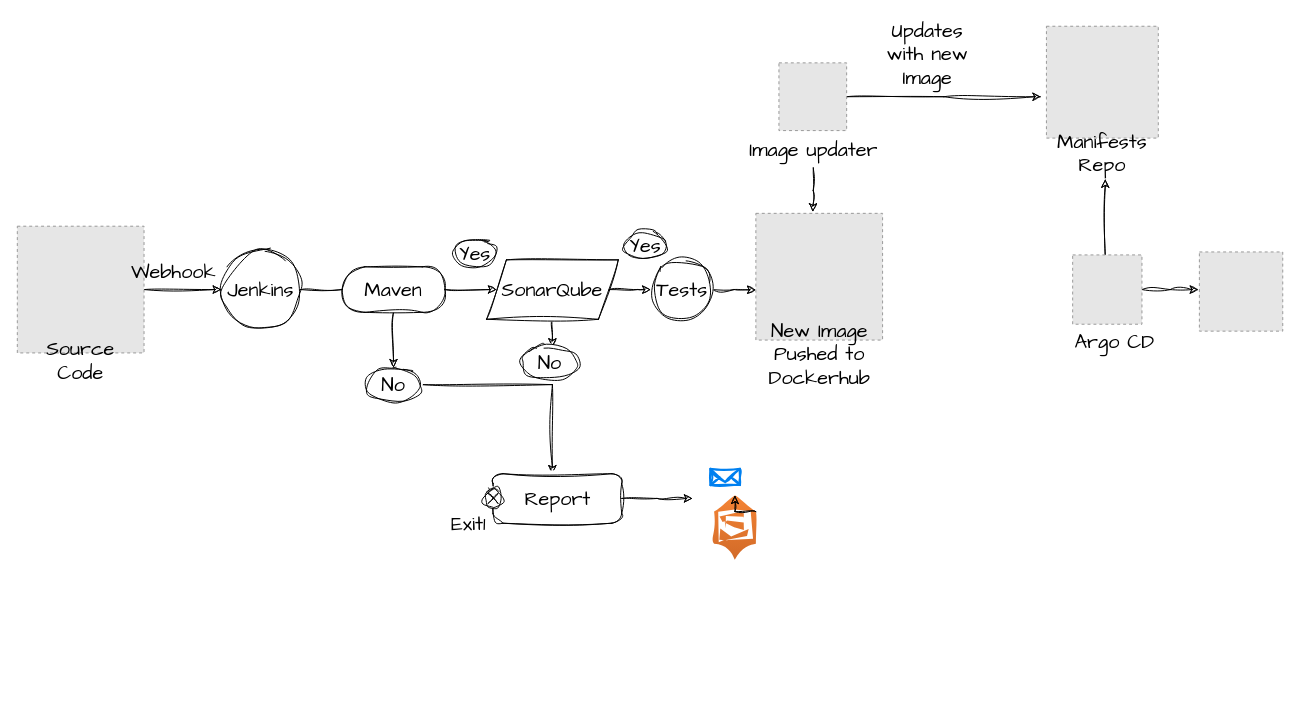
This is CICD_Jenkins_Argo.drawio from worshipme55/draw.io, a draw.io file, before an edit. Source tidied: cells renumbered, new cells numbered last; positions are measured from the earlier drawing's top-left corner, leaving out a move shared by most shapes. Both pictures are drawn from the tidied source at 99%, with x=0, y=0 at pixel (17, 26). Pictures stored in the file or linked from it are replaced by grey dashed boxes.
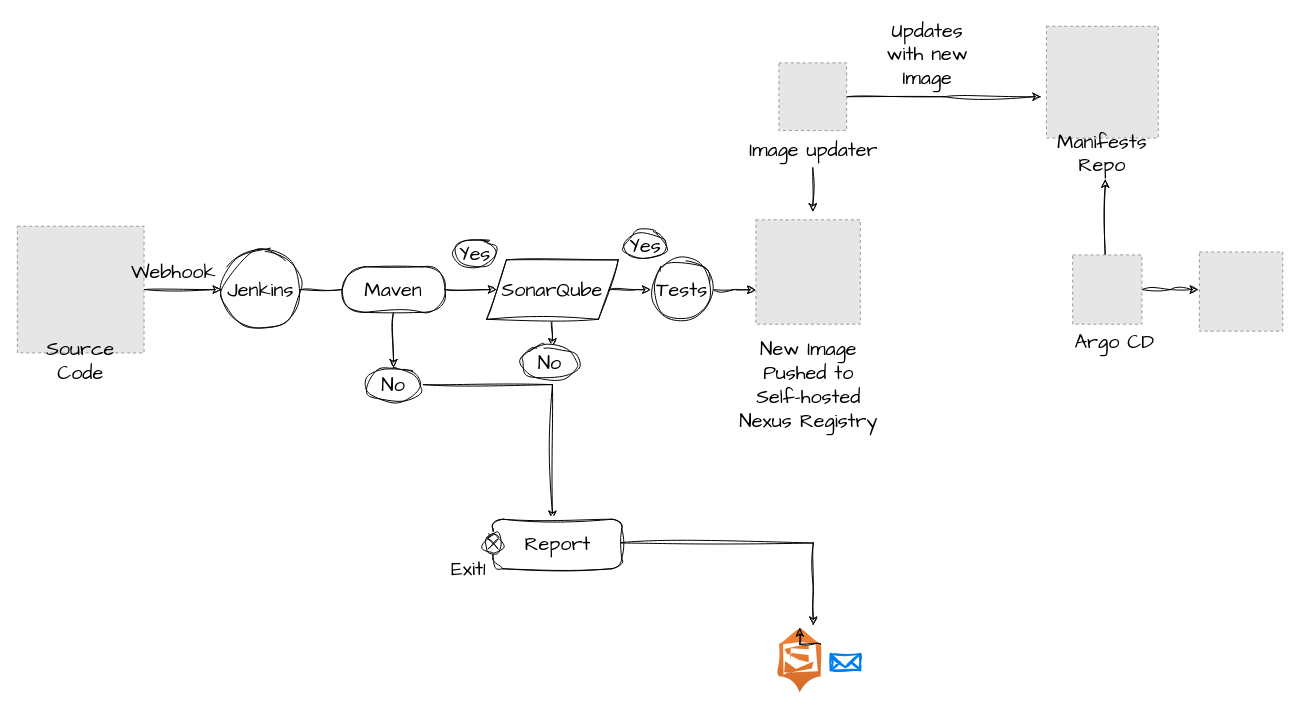
The same page after the edit.

The change refers to these unchanged cells:
```xml
<mxCell id="32" value="Tests" style="ellipse;whiteSpace=wrap;html=1;sketch=1;hachureGap=4;jiggle=2;curveFitting=1;fontFamily=Architects Daughter;fontSize=20;" parent="1" vertex="1">
  <mxGeometry x="641" y="235" width="61" height="62" as="geometry" />
</mxCell>
<mxCell id="40" value="Image updater" style="text;html=1;align=center;verticalAlign=middle;points=[];strokeColor=none;fillColor=none;fontSize=20;fontFamily=Architects Daughter;" parent="1" vertex="1">
  <mxGeometry x="730" y="107" width="148" height="36" as="geometry" />
</mxCell>
```

Diff of the diagram source:
```diff
@@
-    <mxCell id="13" style="edgeStyle=orthogonalEdgeStyle;rounded=0;sketch=1;hachureGap=4;jiggle=2;curveFitting=1;jettySize=auto;html=1;fontFamily=Architects Daughter;fontSize=16;" parent="1" edge="1" source="14">
+    <mxCell id="13" style="edgeStyle=orthogonalEdgeStyle;rounded=0;sketch=1;hachureGap=4;jiggle=2;curveFitting=1;orthogonalLoop=1;jettySize=auto;html=1;fontFamily=Architects Daughter;fontSize=16;strokeWidth=1;" parent="1" edge="1">
       <mxGeometry relative="1" as="geometry">
-        <mxPoint x="682" y="477" as="targetPoint" />
+        <mxPoint x="604" y="522" as="sourcePoint" />
+        <mxPoint x="804" y="605" as="targetPoint" />
+        <Array as="points">
+          <mxPoint x="804" y="522" />
+          <mxPoint x="804" y="568" />
+        </Array>
       </mxGeometry>
     </mxCell>
     <mxCell id="14" value="Report" style="shape=umlState;rounded=1;verticalAlign=middle;spacingTop=0;absoluteArcSize=1;arcSize=10;umlStateConnection=connPointRefExit;boundedLbl=1;whiteSpace=wrap;html=1;sketch=1;hachureGap=4;jiggle=2;curveFitting=1;fontFamily=Architects Daughter;fontSize=20;" parent="1" vertex="1">
-      <mxGeometry x="470.5" y="452" width="140" height="50" as="geometry" />
+      <mxGeometry x="470.5" y="498" width="140" height="50" as="geometry" />
     </mxCell>
@@
     <mxCell id="16" style="html=1;verticalLabelPosition=bottom;align=center;labelBackgroundColor=#ffffff;verticalAlign=top;strokeWidth=2;strokeColor=#0080F0;shadow=0;dashed=0;shape=mxgraph.ios7.icons.mail;sketch=1;hachureGap=4;jiggle=2;curveFitting=1;fontFamily=Architects Daughter;fontSize=20;" parent="1" vertex="1">
-      <mxGeometry x="700" y="447" width="30" height="16.5" as="geometry" />
+      <mxGeometry x="821.5" y="634" width="30" height="16.5" as="geometry" />
     </mxCell>
     <mxCell id="17" style="outlineConnect=0;dashed=0;verticalLabelPosition=bottom;verticalAlign=top;align=center;html=1;shape=mxgraph.aws3.workmail;fillColor=#D16A28;gradientColor=#F58435;gradientDirection=north;sketch=1;hachureGap=4;jiggle=2;curveFitting=1;fontFamily=Architects Daughter;fontSize=20;" parent="1" vertex="1">
-      <mxGeometry x="703.8" y="474" width="42.2" height="65" as="geometry" />
+      <mxGeometry x="769.3" y="607.8" width="42.2" height="65" as="geometry" />
     </mxCell>
@@
-    <mxCell id="23" style="fillColor=#E6E6E6;strokeColor=#999999;dashed=1;html=1;verticalAlign=top;verticalLabelPosition=bottom;labelBackgroundColor=#ffffff;fontFamily=Architects Daughter;fontSize=20;" parent="1" vertex="1">
-      <mxGeometry x="746" y="189" width="128" height="128" as="geometry" />
-    </mxCell>
@@
-    <mxCell id="31" style="edgeStyle=orthogonalEdgeStyle;rounded=0;sketch=1;hachureGap=4;jiggle=2;curveFitting=1;jettySize=auto;html=1;entryX=-0.001;entryY=0.604;entryDx=0;entryDy=0;entryPerimeter=0;fontFamily=Architects Daughter;fontSize=16;" parent="1" edge="1" source="32" target="23">
-      <mxGeometry relative="1" as="geometry" />
+    <mxCell id="31" style="edgeStyle=orthogonalEdgeStyle;rounded=0;sketch=1;hachureGap=4;jiggle=2;curveFitting=1;jettySize=auto;html=1;entryX=-0.001;entryY=0.604;entryDx=0;entryDy=0;entryPerimeter=0;fontFamily=Architects Daughter;fontSize=16;" parent="1" edge="1" source="32">
+      <mxGeometry relative="1" as="geometry">
+        <mxPoint x="745.9" y="266.3" as="targetPoint" />
+      </mxGeometry>
     </mxCell>
@@
-    <mxCell id="33" value="New Image&lt;br&gt;Pushed to &lt;br&gt;Dockerhub" style="text;html=1;align=center;verticalAlign=middle;strokeColor=none;fillColor=none;fontSize=20;fontFamily=Architects Daughter;" parent="1" vertex="1">
-      <mxGeometry x="750" y="289" width="120" height="84" as="geometry" />
+    <mxCell id="33" value="New Image&lt;br&gt;Pushed to &lt;br&gt;Self-hosted&lt;div&gt;Nexus Registry&lt;/div&gt;" style="text;html=1;align=center;verticalAlign=middle;strokeColor=none;fillColor=none;fontSize=20;fontFamily=Architects Daughter;" parent="1" vertex="1">
+      <mxGeometry x="720" y="308" width="158" height="108" as="geometry" />
     </mxCell>
@@
-    <mxCell id="39" style="edgeStyle=orthogonalEdgeStyle;rounded=0;sketch=1;hachureGap=4;jiggle=2;curveFitting=1;jettySize=auto;html=1;entryX=0.449;entryY=-0.012;entryDx=0;entryDy=0;entryPerimeter=0;fontFamily=Architects Daughter;fontSize=16;" parent="1" edge="1" source="40" target="23">
-      <mxGeometry relative="1" as="geometry" />
+    <mxCell id="39" style="edgeStyle=orthogonalEdgeStyle;rounded=0;sketch=1;hachureGap=4;jiggle=2;curveFitting=1;jettySize=auto;html=1;entryX=0.449;entryY=-0.012;entryDx=0;entryDy=0;entryPerimeter=0;fontFamily=Architects Daughter;fontSize=16;" parent="1" edge="1" source="40">
+      <mxGeometry relative="1" as="geometry">
+        <mxPoint x="803.5" y="187.5" as="targetPoint" />
+      </mxGeometry>
     </mxCell>
@@
+    <mxCell id="42" style="fillColor=#E6E6E6;strokeColor=#999999;dashed=1;verticalLabelPosition=bottom;labelBackgroundColor=default;verticalAlign=top;" parent="1" vertex="1">
+      <mxGeometry x="746" y="195.5" width="105.5" height="105.5" as="geometry" />
+    </mxCell>
```
